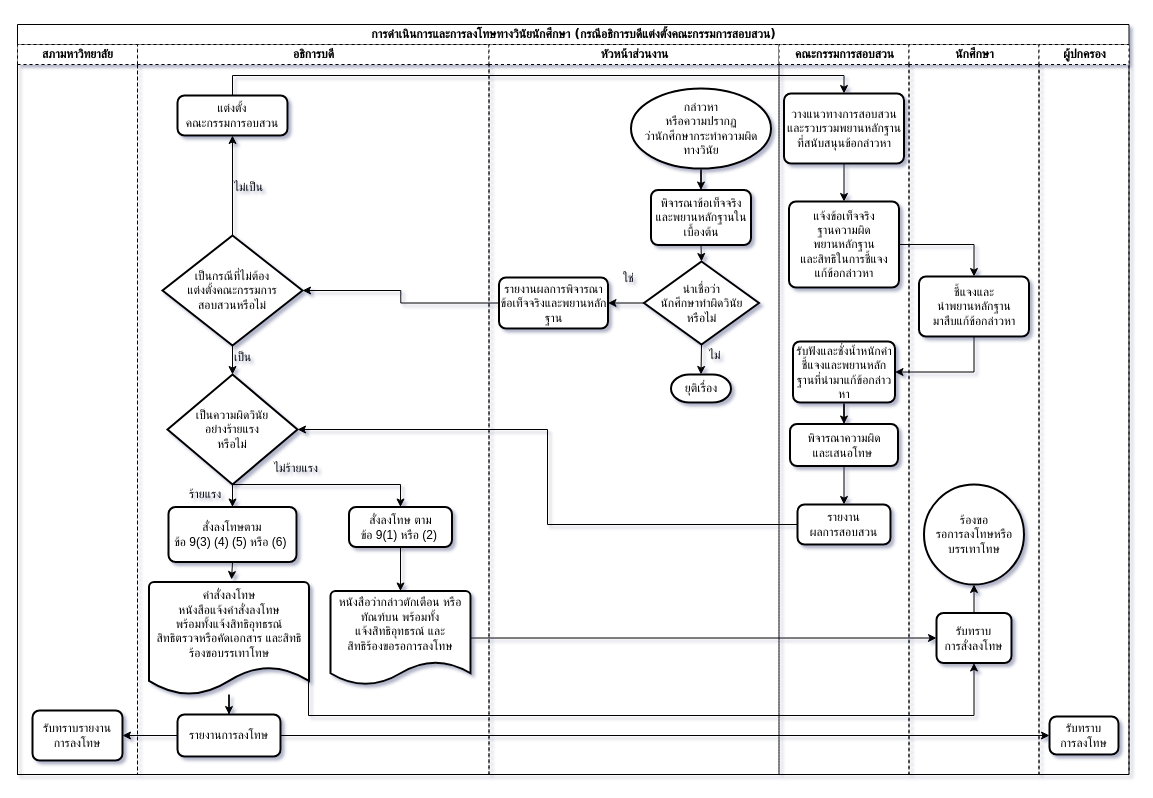
ninjacharlee/test keeps this draw.io diagram as flow_vinai_president.drawio. Above is the earlier version. Source tidied: cells renumbered, new cells numbered last; positions are measured from the earlier drawing's top-left corner, leaving out a move shared by most shapes. Both pictures are drawn from the tidied source at 100%, with x=0, y=0 at pixel (17, 24).
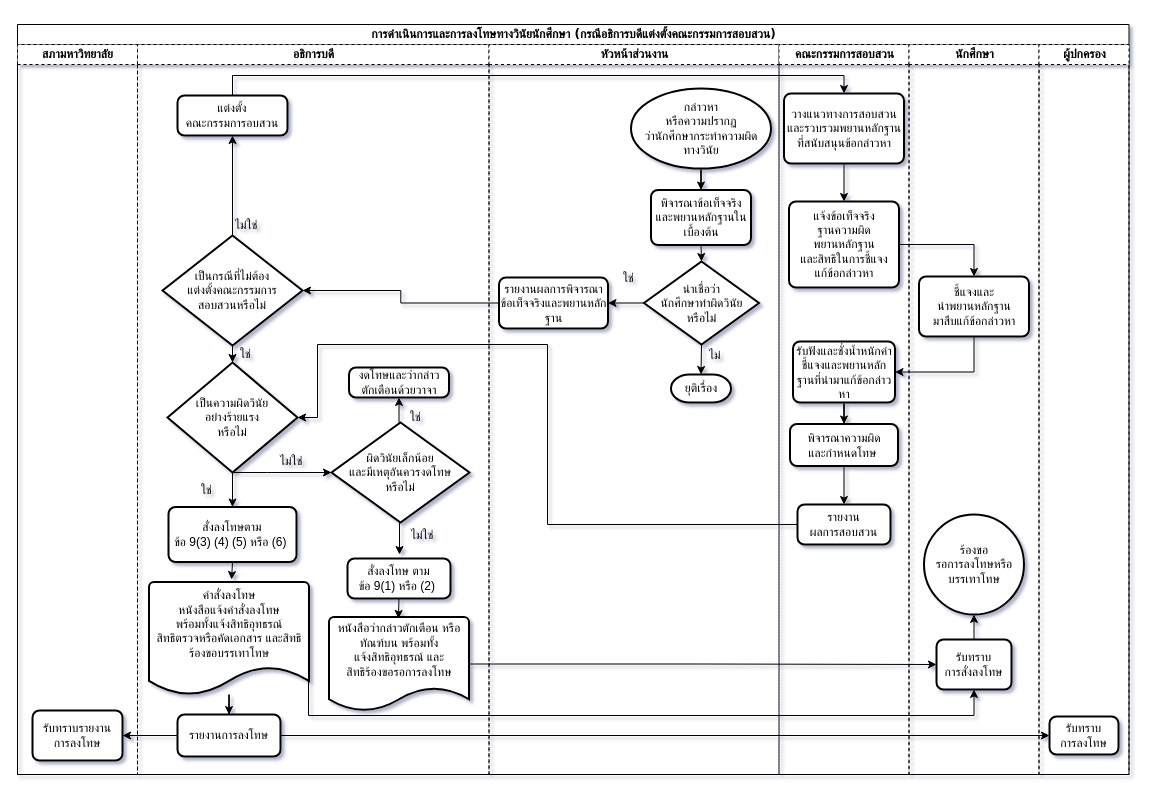
The same page after the edit.

Unchanged cells that the change refers to:
```xml
<mxCell id="2" value="&lt;h2&gt;การดำเนินการและการลงโทษทางวินัยนักศึกษา (กรณีอธิการบดีแต่งตั้งคณะกรรมการสอบสวน)&lt;/h2&gt;" style="swimlane;html=1;startSize=20;rounded=0;shadow=0;labelBackgroundColor=none;strokeColor=#000000;strokeWidth=1;fillColor=#ffffff;fontFamily=Verdana;fontSize=8;fontColor=#000000;align=center;" parent="1" vertex="1">
  <mxGeometry width="1111.5" height="750" as="geometry" />
</mxCell>
<mxCell id="5" value="อธิการบดี" style="swimlane;html=1;startSize=20;dashed=1;" parent="2" vertex="1">
  <mxGeometry x="120" y="20" width="351.5" height="730" as="geometry" />
</mxCell>
<mxCell id="36" value="คณะกรรมการสอบสวน" style="swimlane;html=1;startSize=20;dashed=1;" parent="2" vertex="1">
  <mxGeometry x="761.5" y="20" width="130" height="730" as="geometry" />
</mxCell>
<mxCell id="38" value="รายงาน&lt;br&gt;ผลการสอบสวน" style="rounded=1;whiteSpace=wrap;html=1;absoluteArcSize=1;arcSize=14;strokeWidth=2;" parent="36" vertex="1">
  <mxGeometry x="18.5" y="460" width="93" height="40" as="geometry" />
</mxCell>
<mxCell id="45" value="นักศึกษา" style="swimlane;html=1;startSize=20;dashed=1;" parent="2" vertex="1">
  <mxGeometry x="891.5" y="20" width="130" height="730" as="geometry" />
</mxCell>
```

Change to the diagram source:
```diff
@@
+    <mxCell id="62" style="edgeStyle=orthogonalEdgeStyle;rounded=0;jettySize=auto;html=1;exitX=0.5;exitY=1;exitDx=0;exitDy=0;exitPerimeter=0;entryX=0;entryY=0.5;entryDx=0;entryDy=0;" parent="5" edge="1" source="16" target="64">
+      <mxGeometry relative="1" as="geometry">
+        <Array as="points">
+          <mxPoint x="130" y="428" />
+          <mxPoint x="130" y="428" />
+        </Array>
+      </mxGeometry>
+    </mxCell>
     <mxCell id="16" value="เป็นความผิดวินัย&lt;br&gt;อย่างร้ายแรง&lt;br&gt;หรือไม่" style="strokeWidth=2;html=1;shape=mxgraph.flowchart.decision;whiteSpace=wrap;" parent="5" vertex="1">
-      <mxGeometry x="30" y="330" width="130" height="110" as="geometry" />
+      <mxGeometry x="30" y="318" width="130" height="110" as="geometry" />
     </mxCell>
-    <mxCell id="17" value="ร้ายแรง" style="text;html=1;align=left;verticalAlign=top;spacingTop=-4;" parent="5" vertex="1">
-      <mxGeometry x="50" y="440" width="50" height="20" as="geometry" />
+    <mxCell id="17" value="ใช่" style="text;html=1;align=left;verticalAlign=top;spacingTop=-4;" parent="5" vertex="1">
+      <mxGeometry x="61.5" y="435.5" width="30" height="20" as="geometry" />
     </mxCell>
+    <mxCell id="21" style="edgeStyle=orthogonalEdgeStyle;rounded=0;jettySize=auto;html=1;exitX=0.5;exitY=1;exitDx=0;exitDy=0;entryX=0.496;entryY=0.016;entryDx=0;entryDy=0;entryPerimeter=0;" parent="5" edge="1" source="18" target="20">
+      <mxGeometry relative="1" as="geometry" />
+    </mxCell>
     <mxCell id="18" value="สั่งลงโทษ ตาม&lt;br&gt;ข้อ 9(1) หรือ (2)&amp;nbsp;" style="rounded=1;whiteSpace=wrap;html=1;absoluteArcSize=1;arcSize=14;strokeWidth=2;" parent="5" vertex="1">
-      <mxGeometry x="211.5" y="462.5" width="103" height="40" as="geometry" />
+      <mxGeometry x="210" y="514" width="103" height="40" as="geometry" />
     </mxCell>
-    <mxCell id="19" style="edgeStyle=orthogonalEdgeStyle;rounded=0;jettySize=auto;html=1;exitX=0.5;exitY=1;exitDx=0;exitDy=0;exitPerimeter=0;entryX=0.5;entryY=0;entryDx=0;entryDy=0;" parent="5" edge="1" source="16" target="18">
-      <mxGeometry relative="1" as="geometry">
-        <Array as="points">
-          <mxPoint x="263" y="440" />
-        </Array>
-      </mxGeometry>
-    </mxCell>
     <mxCell id="20" value="หนังสือว่ากล่าวตักเตือน หรือทัณฑ์บน พร้อมทั้ง&lt;br&gt;แจ้งสิทธิอุทธรณ์ และ&lt;br&gt;สิทธิร้องขอรอการลงโทษ&lt;br&gt;&lt;br&gt;&lt;br&gt;" style="strokeWidth=2;html=1;shape=mxgraph.flowchart.document2;whiteSpace=wrap;size=0.25;rounded=0;shadow=0;glass=0;comic=0;gradientColor=none;" parent="5" vertex="1">
-      <mxGeometry x="193" y="546.5" width="140" height="94" as="geometry" />
+      <mxGeometry x="191.5" y="572.5" width="140" height="94" as="geometry" />
     </mxCell>
-    <mxCell id="21" style="edgeStyle=orthogonalEdgeStyle;rounded=0;jettySize=auto;html=1;exitX=0.5;exitY=1;exitDx=0;exitDy=0;" parent="5" edge="1" source="18" target="20">
-      <mxGeometry relative="1" as="geometry" />
-    </mxCell>
-    <mxCell id="22" value="เป็น" style="text;html=1;align=left;verticalAlign=top;spacingTop=-4;" parent="5" vertex="1">
-      <mxGeometry x="95" y="303" width="30" height="20" as="geometry" />
+    <mxCell id="22" value="ใช่" style="text;html=1;align=left;verticalAlign=top;spacingTop=-4;" parent="5" vertex="1">
+      <mxGeometry x="101" y="300" width="30" height="20" as="geometry" />
     </mxCell>
-    <mxCell id="23" value="ไม่เป็น" style="text;html=1;align=left;verticalAlign=top;spacingTop=-4;" parent="5" vertex="1">
-      <mxGeometry x="95" y="133" width="50" height="20" as="geometry" />
+    <mxCell id="23" value="ไม่ใช่" style="text;html=1;align=left;verticalAlign=top;spacingTop=-4;" parent="5" vertex="1">
+      <mxGeometry x="96" y="171" width="40" height="20" as="geometry" />
     </mxCell>
+    <mxCell id="63" style="edgeStyle=orthogonalEdgeStyle;rounded=0;jettySize=auto;html=1;exitX=0.5;exitY=0;exitDx=0;exitDy=0;entryX=0.5;entryY=1;entryDx=0;entryDy=0;" parent="5" edge="1" source="64" target="65">
+      <mxGeometry relative="1" as="geometry" />
+    </mxCell>
+    <mxCell id="64" value="ผิดวินัยเล็กน้อย&lt;br&gt;และมีเหตุอันควรงดโทษ&lt;br&gt;หรือไม่" style="rhombus;whiteSpace=wrap;html=1;strokeWidth=2;" parent="5" vertex="1">
+      <mxGeometry x="194" y="378" width="138" height="100" as="geometry" />
+    </mxCell>
+    <mxCell id="65" value="งดโทษและว่ากล่าว&lt;br&gt;ตักเตือนด้วยวาจา" style="rounded=1;whiteSpace=wrap;html=1;absoluteArcSize=1;arcSize=14;strokeWidth=2;" parent="5" vertex="1">
+      <mxGeometry x="211.5" y="323" width="100" height="30" as="geometry" />
+    </mxCell>
+    <mxCell id="66" value="ไม่ใช่" style="text;html=1;align=left;verticalAlign=top;spacingTop=-4;" parent="5" vertex="1">
+      <mxGeometry x="271.5" y="481" width="40" height="20" as="geometry" />
+    </mxCell>
@@
-    <mxCell id="44" value="พิจารณาความผิด&lt;br&gt;และเสนอโทษ&amp;nbsp;" style="rounded=1;whiteSpace=wrap;html=1;absoluteArcSize=1;arcSize=14;strokeWidth=2;" parent="36" vertex="1">
+    <mxCell id="44" value="พิจารณาความผิด&lt;br&gt;และกำหนดโทษ&amp;nbsp;" style="rounded=1;whiteSpace=wrap;html=1;absoluteArcSize=1;arcSize=14;strokeWidth=2;" parent="36" vertex="1">
       <mxGeometry x="11" y="379.5" width="108" height="42" as="geometry" />
     </mxCell>
@@
     <mxCell id="47" value="รับทราบ&lt;br&gt;การสั่งลงโทษ" style="rounded=1;whiteSpace=wrap;html=1;absoluteArcSize=1;arcSize=14;strokeWidth=2;shadow=0;glass=0;comic=0;gradientColor=none;" parent="45" vertex="1">
-      <mxGeometry x="27.5" y="568.5" width="75" height="50" as="geometry" />
+      <mxGeometry x="27.5" y="595" width="75" height="50" as="geometry" />
     </mxCell>
@@
     <mxCell id="51" style="edgeStyle=orthogonalEdgeStyle;rounded=0;jettySize=auto;html=1;entryX=1;entryY=0.5;entryDx=0;entryDy=0;entryPerimeter=0;" parent="2" edge="1" source="38" target="16">
-      <mxGeometry relative="1" as="geometry" />
+      <mxGeometry relative="1" as="geometry">
+        <Array as="points">
+          <mxPoint x="530" y="500" />
+          <mxPoint x="530" y="320" />
+          <mxPoint x="300" y="320" />
+          <mxPoint x="300" y="393" />
+        </Array>
+      </mxGeometry>
     </mxCell>
@@
-    <mxCell id="55" style="edgeStyle=orthogonalEdgeStyle;rounded=0;jettySize=auto;html=1;entryX=0;entryY=0.5;entryDx=0;entryDy=0;" parent="2" edge="1" source="20" target="47">
-      <mxGeometry relative="1" as="geometry" />
-    </mxCell>
@@
-    <mxCell id="59" value="ไม่ร้ายแรง" style="text;html=1;align=left;verticalAlign=top;spacingTop=-4;" parent="1" vertex="1">
-      <mxGeometry x="255" y="434" width="60" height="20" as="geometry" />
-    </mxCell>
+    <mxCell id="55" style="edgeStyle=orthogonalEdgeStyle;rounded=0;jettySize=auto;html=1;entryX=0;entryY=0.5;entryDx=0;entryDy=0;" parent="2" edge="1" source="20" target="47">
+      <mxGeometry relative="1" as="geometry" />
+    </mxCell>
     <mxCell id="60" value="ร้องขอ&lt;br&gt;รอการลงโทษหรือบรรเทาโทษ" style="strokeWidth=2;html=1;shape=mxgraph.flowchart.start_2;whiteSpace=wrap;" parent="1" vertex="1">
-      <mxGeometry x="906.5" y="460" width="100" height="100" as="geometry" />
+      <mxGeometry x="906.5" y="490" width="100" height="100" as="geometry" />
     </mxCell>
@@
+    <mxCell id="67" style="edgeStyle=orthogonalEdgeStyle;rounded=0;jettySize=auto;html=1;exitX=0.5;exitY=1;exitDx=0;exitDy=0;" parent="1" edge="1" source="64">
+      <mxGeometry relative="1" as="geometry">
+        <mxPoint x="382" y="530" as="targetPoint" />
+      </mxGeometry>
+    </mxCell>
+    <mxCell id="68" value="ไม่ใช่" style="text;html=1;align=left;verticalAlign=top;spacingTop=-4;" parent="1" vertex="1">
+      <mxGeometry x="261" y="427" width="40" height="20" as="geometry" />
+    </mxCell>
+    <mxCell id="69" value="ใช่" style="text;html=1;align=left;verticalAlign=top;spacingTop=-4;" parent="1" vertex="1">
+      <mxGeometry x="391" y="383" width="30" height="20" as="geometry" />
+    </mxCell>
```
